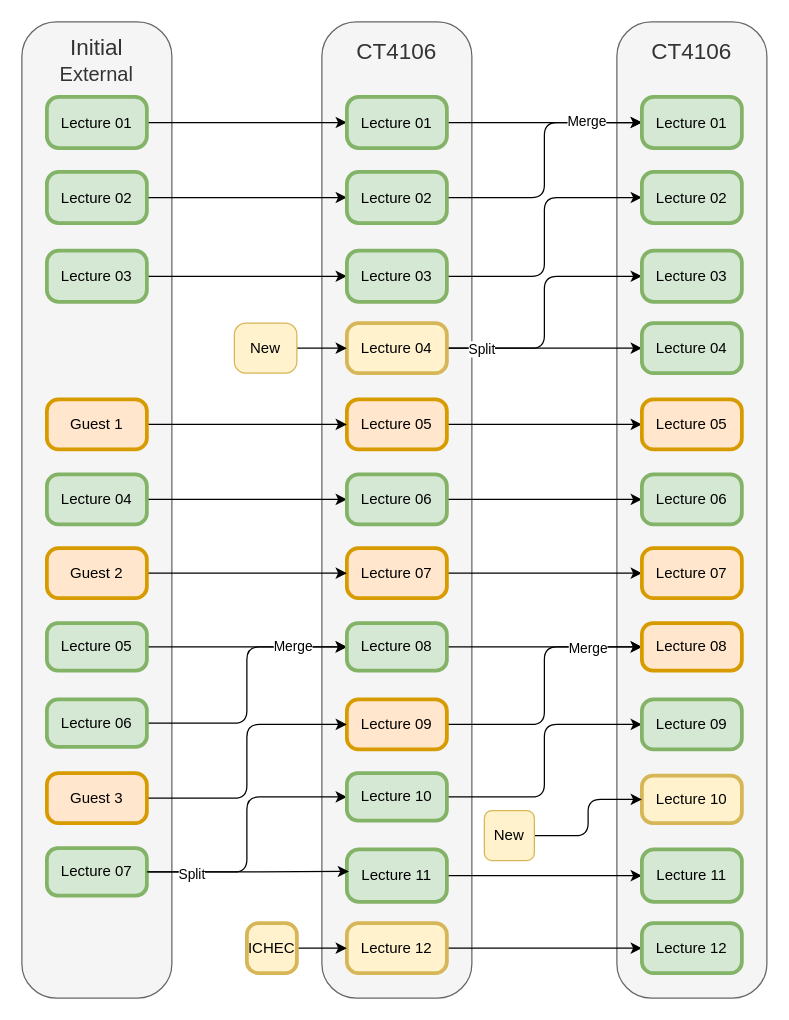
Earlier version of the draw.io diagram flow-lectures.drawio (ICHEC/qpcc). Source tidied: cells renumbered, new cells numbered last; positions are measured from the earlier drawing's top-left corner, leaving out a move shared by most shapes. Both pictures are drawn from the tidied source at 125%, with x=0, y=0 at pixel (21, 21).
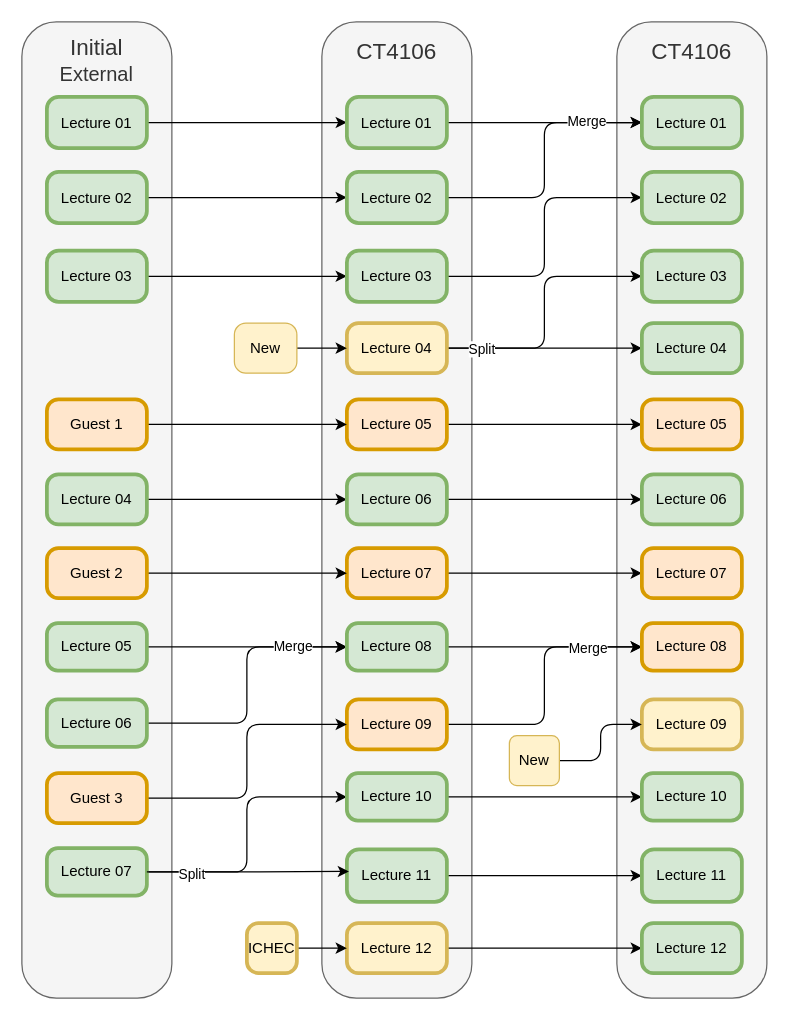
After the change.

Unchanged cells that the change refers to:
```xml
<mxCell id="46" value="Lecture 10" style="rounded=1;whiteSpace=wrap;html=1;fillColor=#d5e8d4;strokeColor=#82b366;strokeWidth=3;arcSize=23;" parent="1" vertex="1">
  <mxGeometry x="260" y="601" width="80" height="38" as="geometry" />
</mxCell>
```

Diff of the diagram source:
```diff
@@
-    <mxCell id="45" style="edgeStyle=orthogonalEdgeStyle;html=1;exitX=1;exitY=0.5;exitDx=0;exitDy=0;entryX=0;entryY=0.5;entryDx=0;entryDy=0;" parent="1" edge="1" source="46" target="71">
+    <mxCell id="45" style="edgeStyle=orthogonalEdgeStyle;html=1;exitX=1;exitY=0.5;exitDx=0;exitDy=0;entryX=0;entryY=0.5;entryDx=0;entryDy=0;" parent="1" edge="1" source="46" target="68">
       <mxGeometry relative="1" as="geometry" />
     </mxCell>
@@
-    <mxCell id="68" value="Lecture 10" style="rounded=1;whiteSpace=wrap;html=1;fillColor=#fff2cc;strokeColor=#d6b656;strokeWidth=3;arcSize=23;" parent="1" vertex="1">
-      <mxGeometry x="496" y="603" width="80" height="38" as="geometry" />
+    <mxCell id="68" value="Lecture 10" style="rounded=1;whiteSpace=wrap;html=1;fillColor=#d5e8d4;strokeColor=#82b366;strokeWidth=3;arcSize=23;" parent="1" vertex="1">
+      <mxGeometry x="496" y="601" width="80" height="38" as="geometry" />
     </mxCell>
@@
-    <mxCell id="71" value="Lecture 09" style="rounded=1;whiteSpace=wrap;html=1;fillColor=#d5e8d4;strokeColor=#82b366;strokeWidth=3;arcSize=23;" parent="1" vertex="1">
+    <mxCell id="71" value="Lecture 09" style="rounded=1;whiteSpace=wrap;html=1;fillColor=#fff2cc;strokeColor=#d6b656;strokeWidth=3;arcSize=23;" parent="1" vertex="1">
       <mxGeometry x="496" y="542" width="80" height="40" as="geometry" />
     </mxCell>
-    <mxCell id="72" style="edgeStyle=orthogonalEdgeStyle;html=1;exitX=1;exitY=0.5;exitDx=0;exitDy=0;entryX=0;entryY=0.5;entryDx=0;entryDy=0;" parent="1" edge="1" source="73" target="68">
+    <mxCell id="72" style="edgeStyle=orthogonalEdgeStyle;html=1;exitX=1;exitY=0.5;exitDx=0;exitDy=0;entryX=0;entryY=0.5;entryDx=0;entryDy=0;" parent="1" edge="1" source="73" target="71">
       <mxGeometry relative="1" as="geometry" />
     </mxCell>
     <mxCell id="73" value="New" style="rounded=1;whiteSpace=wrap;html=1;fillColor=#fff2cc;strokeColor=#d6b656;glass=0;shadow=0;" parent="1" vertex="1">
-      <mxGeometry x="370" y="631" width="40" height="40" as="geometry" />
+      <mxGeometry x="390" y="571" width="40" height="40" as="geometry" />
     </mxCell>
```
